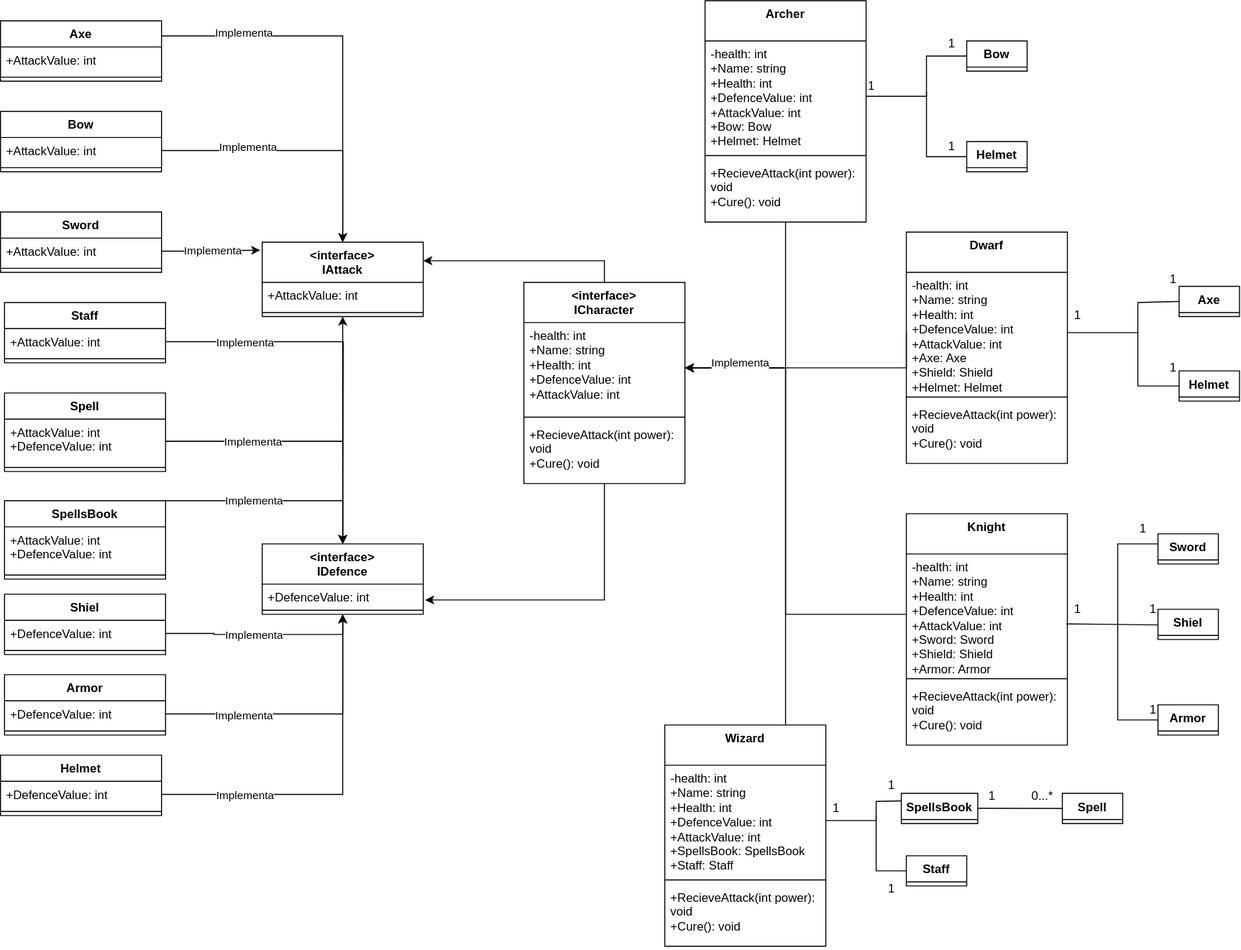
Before: src/Library/Diagrama UML/Diagrama UML.svg, a diagram exported from draw.io (Durluc1324/Roleplay-parte2). Source tidied: cells renumbered, new cells last; positions are measured from the earlier drawing's top-left corner, leaving out a move shared by most shapes.
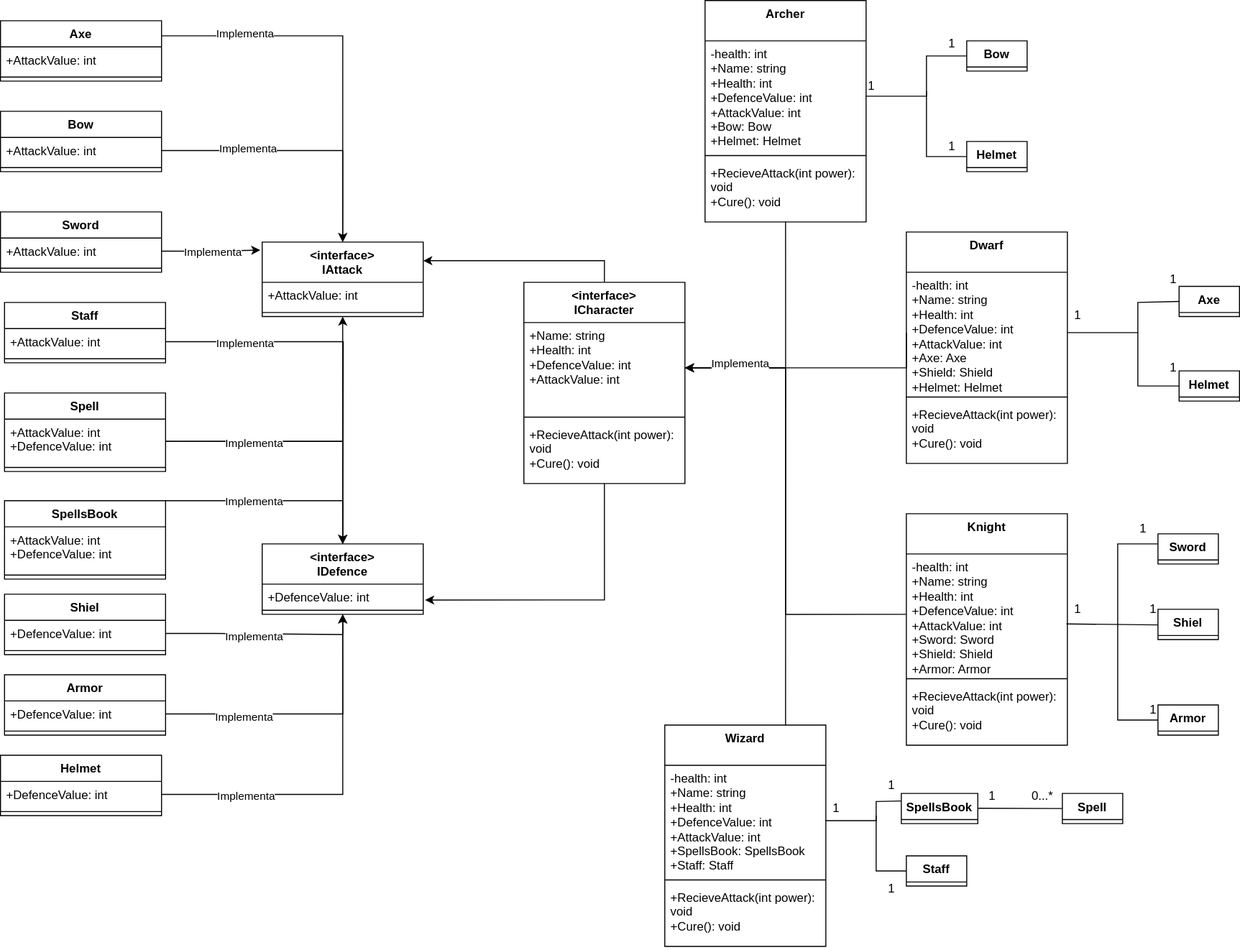
Later version of the same file.

Diff of the diagram source:
```diff
@@ -26,7 +26,7 @@
     <mxCell id="9" value="&amp;lt;interface&amp;gt;&lt;br&gt;ICharacter" style="swimlane;fontStyle=1;align=center;verticalAlign=top;horizontal=1;startSize=40;whiteSpace=wrap;html=1;" parent="1" vertex="1">
       <mxGeometry x="520" y="280" width="160" height="200" as="geometry" />
     </mxCell>
-    <mxCell id="10" value="-health: int&lt;br&gt;+Name: string&lt;br&gt;+Health: int&lt;br&gt;+DefenceValue: int&lt;br&gt;+AttackValue: int" style="text;strokeColor=none;fillColor=none;align=left;verticalAlign=top;spacingLeft=4;spacingRight=4;overflow=hidden;points=[[0,0.5],[1,0.5]];portConstraint=eastwest;whiteSpace=wrap;html=1;" parent="9" vertex="1">
+    <mxCell id="10" value="+Name: string&lt;br&gt;+Health: int&lt;br&gt;+DefenceValue: int&lt;br&gt;+AttackValue: int" style="text;strokeColor=none;fillColor=none;align=left;verticalAlign=top;spacingLeft=4;spacingRight=4;overflow=hidden;points=[[0,0.5],[1,0.5]];portConstraint=eastwest;whiteSpace=wrap;html=1;" parent="9" vertex="1">
       <mxGeometry y="40" width="160" height="90" as="geometry" />
     </mxCell>
     <mxCell id="11" style="line;strokeWidth=1;fillColor=none;align=left;verticalAlign=middle;spacingTop=-1;spacingLeft=3;spacingRight=3;labelPosition=right;strokeColor=inherit;" parent="9" vertex="1">
```
